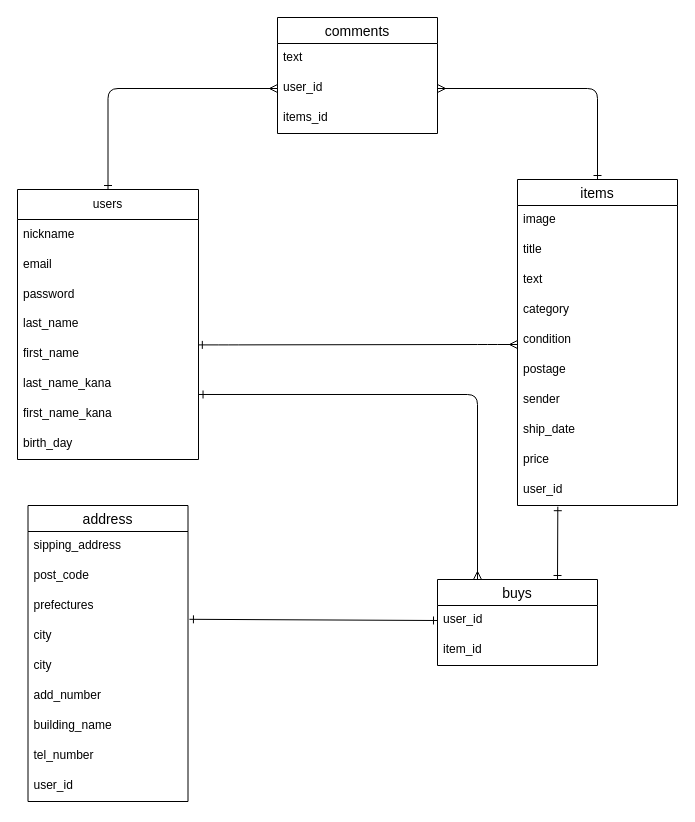
kurikinako/furima-39224 keeps this draw.io diagram as er.dio. Above is the earlier version. Source tidied: cells renumbered, new cells numbered last; positions are measured from the earlier drawing's top-left corner, leaving out a move shared by most shapes. Both pictures are drawn from the tidied source at 100%, with x=0, y=0 at pixel (17, 17).
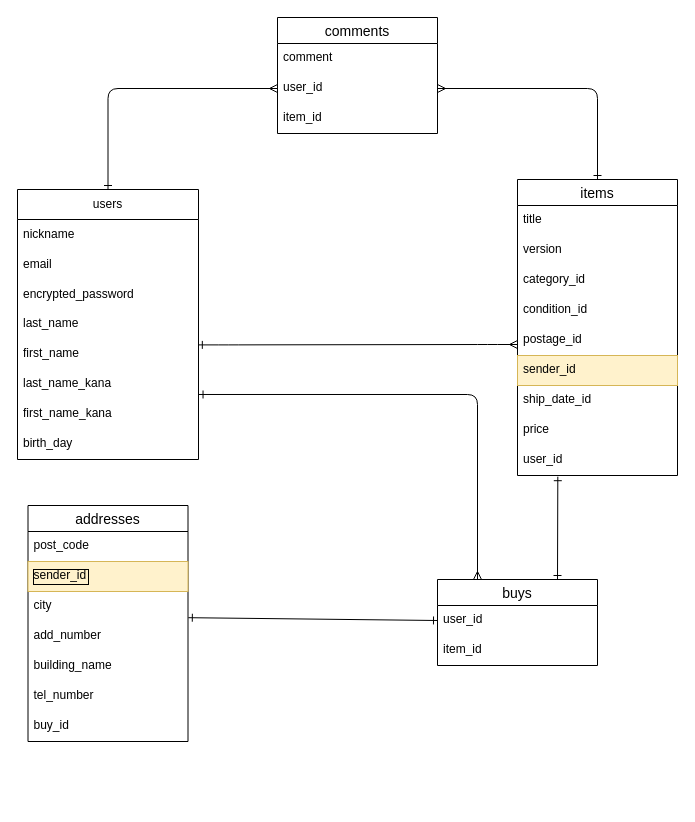
Above is the later version.

Commit message (it also covers changes not shown here):
データベース設計の修正④

The change refers to these unchanged cells:
```xml
<mxCell id="3" value="users" style="swimlane;fontStyle=0;horizontal=1;startSize=30;whiteSpace=wrap;html=1;" parent="1" vertex="1">
  <mxGeometry y="172" width="181" height="270" as="geometry" />
</mxCell>
<mxCell id="23" value="comments" style="swimlane;fontStyle=0;horizontal=1;startSize=26;align=center;fontSize=14;" parent="1" vertex="1">
  <mxGeometry x="260" width="160" height="116" as="geometry" />
</mxCell>
<mxCell id="29" value="buys" style="swimlane;fontStyle=0;horizontal=1;startSize=26;align=center;fontSize=14;" parent="1" vertex="1">
  <mxGeometry x="420" y="562" width="160" height="86" as="geometry" />
</mxCell>
```

What changed in the source:
```diff
@@
-    <mxCell id="6" value="password" style="text;strokeColor=none;fillColor=none;align=left;verticalAlign=middle;spacingLeft=4;spacingRight=4;overflow=hidden;whiteSpace=wrap;html=1;" parent="3" vertex="1">
+    <mxCell id="6" value="encrypted_password" style="text;strokeColor=none;fillColor=none;align=left;verticalAlign=middle;spacingLeft=4;spacingRight=4;overflow=hidden;whiteSpace=wrap;html=1;" parent="3" vertex="1">
       <mxGeometry y="90" width="181" height="30" as="geometry" />
     </mxCell>
@@
     <mxCell id="12" value="items" style="swimlane;fontStyle=0;horizontal=1;startSize=26;align=center;fontSize=14;" parent="1" vertex="1">
-      <mxGeometry x="500" y="162" width="160" height="326" as="geometry" />
+      <mxGeometry x="500" y="162" width="160" height="296" as="geometry" />
     </mxCell>
-    <mxCell id="13" value="image" style="text;strokeColor=none;fillColor=none;spacingLeft=4;spacingRight=4;overflow=hidden;fontSize=12;" parent="12" vertex="1">
-      <mxGeometry y="26" width="160" height="30" as="geometry" />
-    </mxCell>
     <mxCell id="14" value="title" style="text;strokeColor=none;fillColor=none;spacingLeft=4;spacingRight=4;overflow=hidden;fontSize=12;" parent="12" vertex="1">
-      <mxGeometry y="56" width="160" height="30" as="geometry" />
+      <mxGeometry y="26" width="160" height="30" as="geometry" />
     </mxCell>
-    <mxCell id="15" value="text" style="text;strokeColor=none;fillColor=none;spacingLeft=4;spacingRight=4;overflow=hidden;fontSize=12;" parent="12" vertex="1">
-      <mxGeometry y="86" width="160" height="30" as="geometry" />
+    <mxCell id="15" value="version" style="text;strokeColor=none;fillColor=none;spacingLeft=4;spacingRight=4;overflow=hidden;fontSize=12;" parent="12" vertex="1">
+      <mxGeometry y="56" width="160" height="30" as="geometry" />
     </mxCell>
-    <mxCell id="16" value="category" style="text;strokeColor=none;fillColor=none;spacingLeft=4;spacingRight=4;overflow=hidden;fontSize=12;" parent="12" vertex="1">
-      <mxGeometry y="116" width="160" height="30" as="geometry" />
+    <mxCell id="16" value="category_id" style="text;strokeColor=none;fillColor=none;spacingLeft=4;spacingRight=4;overflow=hidden;fontSize=12;" parent="12" vertex="1">
+      <mxGeometry y="86" width="160" height="30" as="geometry" />
     </mxCell>
-    <mxCell id="17" value="condition" style="text;strokeColor=none;fillColor=none;spacingLeft=4;spacingRight=4;overflow=hidden;fontSize=12;" parent="12" vertex="1">
-      <mxGeometry y="146" width="160" height="30" as="geometry" />
+    <mxCell id="17" value="condition_id" style="text;strokeColor=none;fillColor=none;spacingLeft=4;spacingRight=4;overflow=hidden;fontSize=12;" parent="12" vertex="1">
+      <mxGeometry y="116" width="160" height="30" as="geometry" />
     </mxCell>
-    <mxCell id="18" value="postage" style="text;strokeColor=none;fillColor=none;spacingLeft=4;spacingRight=4;overflow=hidden;fontSize=12;" parent="12" vertex="1">
-      <mxGeometry y="176" width="160" height="30" as="geometry" />
+    <mxCell id="18" value="postage_id" style="text;strokeColor=none;fillColor=none;spacingLeft=4;spacingRight=4;overflow=hidden;fontSize=12;" parent="12" vertex="1">
+      <mxGeometry y="146" width="160" height="30" as="geometry" />
     </mxCell>
-    <mxCell id="19" value="sender" style="text;strokeColor=none;fillColor=none;spacingLeft=4;spacingRight=4;overflow=hidden;fontSize=12;" parent="12" vertex="1">
-      <mxGeometry y="206" width="160" height="30" as="geometry" />
+    <mxCell id="19" value="sender_id" style="text;strokeColor=#d6b656;fillColor=#fff2cc;spacingLeft=4;spacingRight=4;overflow=hidden;fontSize=12;fontColor=#000000;" parent="12" vertex="1">
+      <mxGeometry y="176" width="160" height="30" as="geometry" />
     </mxCell>
-    <mxCell id="20" value="ship_date" style="text;strokeColor=none;fillColor=none;spacingLeft=4;spacingRight=4;overflow=hidden;fontSize=12;" parent="12" vertex="1">
-      <mxGeometry y="236" width="160" height="30" as="geometry" />
+    <mxCell id="20" value="ship_date_id" style="text;strokeColor=none;fillColor=none;spacingLeft=4;spacingRight=4;overflow=hidden;fontSize=12;" parent="12" vertex="1">
+      <mxGeometry y="206" width="160" height="30" as="geometry" />
     </mxCell>
     <mxCell id="21" value="price" style="text;strokeColor=none;fillColor=none;spacingLeft=4;spacingRight=4;overflow=hidden;fontSize=12;" parent="12" vertex="1">
-      <mxGeometry y="266" width="160" height="30" as="geometry" />
+      <mxGeometry y="236" width="160" height="30" as="geometry" />
     </mxCell>
-    <mxCell id="22" value="user_id" style="text;strokeColor=none;fillColor=none;spacingLeft=4;spacingRight=4;overflow=hidden;points=[[0,0.5],[1,0.5]];portConstraint=eastwest;fontSize=12;" parent="12" vertex="1">
-      <mxGeometry y="296" width="160" height="30" as="geometry" />
+    <mxCell id="22" value="user_id" style="text;spacingLeft=4;spacingRight=4;overflow=hidden;points=[[0,0.5],[1,0.5]];portConstraint=eastwest;fontSize=12;" parent="12" vertex="1">
+      <mxGeometry y="266" width="160" height="30" as="geometry" />
     </mxCell>
@@
-    <mxCell id="24" value="text" style="text;strokeColor=none;fillColor=none;spacingLeft=4;spacingRight=4;overflow=hidden;fontSize=12;" parent="23" vertex="1">
+    <mxCell id="24" value="comment" style="text;strokeColor=none;fillColor=none;spacingLeft=4;spacingRight=4;overflow=hidden;fontSize=12;" parent="23" vertex="1">
       <mxGeometry y="26" width="160" height="30" as="geometry" />
     </mxCell>
-    <mxCell id="25" value="user_id" style="text;strokeColor=none;fillColor=none;spacingLeft=4;spacingRight=4;overflow=hidden;points=[[0,0.5],[1,0.5]];portConstraint=eastwest;fontSize=12;" parent="23" vertex="1">
+    <mxCell id="25" value="user_id" style="text;spacingLeft=4;spacingRight=4;overflow=hidden;points=[[0,0.5],[1,0.5]];portConstraint=eastwest;fontSize=12;labelBackgroundColor=none;" parent="23" vertex="1">
       <mxGeometry y="56" width="160" height="30" as="geometry" />
     </mxCell>
-    <mxCell id="26" value="items_id" style="text;strokeColor=none;fillColor=none;spacingLeft=4;spacingRight=4;overflow=hidden;fontSize=12;" parent="23" vertex="1">
+    <mxCell id="26" value="item_id" style="text;strokeColor=none;fillColor=none;spacingLeft=4;spacingRight=4;overflow=hidden;fontSize=12;" parent="23" vertex="1">
       <mxGeometry y="86" width="160" height="30" as="geometry" />
     </mxCell>
@@
-    <mxCell id="30" value="user_id" style="text;strokeColor=none;fillColor=none;spacingLeft=4;spacingRight=4;overflow=hidden;points=[[0,0.5],[1,0.5]];portConstraint=eastwest;fontSize=12;" parent="29" vertex="1">
+    <mxCell id="30" value="user_id" style="text;spacingLeft=4;spacingRight=4;overflow=hidden;points=[[0,0.5],[1,0.5]];portConstraint=eastwest;fontSize=12;labelBackgroundColor=none;" parent="29" vertex="1">
       <mxGeometry y="26" width="160" height="30" as="geometry" />
     </mxCell>
@@
-    <mxCell id="32" value="address" style="swimlane;fontStyle=0;horizontal=1;startSize=26;align=center;fontSize=14;" parent="1" vertex="1">
-      <mxGeometry x="10.5" y="488" width="160" height="296" as="geometry" />
+    <mxCell id="32" value="addresses" style="swimlane;fontStyle=0;horizontal=1;startSize=26;align=center;fontSize=14;" parent="1" vertex="1">
+      <mxGeometry x="10.5" y="488" width="160" height="236" as="geometry" />
     </mxCell>
-    <mxCell id="33" value="sipping_address" style="text;strokeColor=none;fillColor=none;spacingLeft=4;spacingRight=4;overflow=hidden;fontSize=12;" parent="32" vertex="1">
-      <mxGeometry y="26" width="160" height="30" as="geometry" />
-    </mxCell>
     <mxCell id="34" value="post_code" style="text;strokeColor=none;fillColor=none;spacingLeft=4;spacingRight=4;overflow=hidden;fontSize=12;" parent="32" vertex="1">
-      <mxGeometry y="56" width="160" height="30" as="geometry" />
+      <mxGeometry y="26" width="160" height="30" as="geometry" />
     </mxCell>
-    <mxCell id="35" value="prefectures" style="text;strokeColor=none;fillColor=none;spacingLeft=4;spacingRight=4;overflow=hidden;points=[[0,0.5],[1,0.5]];portConstraint=eastwest;fontSize=12;" parent="32" vertex="1">
-      <mxGeometry y="86" width="160" height="30" as="geometry" />
+    <mxCell id="35" value="sender_id" style="text;strokeColor=#d6b656;fillColor=#fff2cc;spacingLeft=4;spacingRight=4;overflow=hidden;points=[[0,0.5],[1,0.5]];portConstraint=eastwest;fontSize=12;labelBorderColor=default;fontColor=#000000;" parent="32" vertex="1">
+      <mxGeometry y="56" width="160" height="30" as="geometry" />
     </mxCell>
     <mxCell id="36" value="city" style="text;strokeColor=none;fillColor=none;spacingLeft=4;spacingRight=4;overflow=hidden;points=[[0,0.5],[1,0.5]];portConstraint=eastwest;fontSize=12;" parent="32" vertex="1">
-      <mxGeometry y="116" width="160" height="30" as="geometry" />
+      <mxGeometry y="86" width="160" height="30" as="geometry" />
     </mxCell>
-    <mxCell id="37" value="city" style="text;strokeColor=none;fillColor=none;spacingLeft=4;spacingRight=4;overflow=hidden;fontSize=12;" parent="32" vertex="1">
-      <mxGeometry y="146" width="160" height="30" as="geometry" />
-    </mxCell>
     <mxCell id="38" value="add_number" style="text;strokeColor=none;fillColor=none;spacingLeft=4;spacingRight=4;overflow=hidden;fontSize=12;" parent="32" vertex="1">
-      <mxGeometry y="176" width="160" height="30" as="geometry" />
+      <mxGeometry y="116" width="160" height="30" as="geometry" />
     </mxCell>
     <mxCell id="39" value="building_name" style="text;strokeColor=none;fillColor=none;spacingLeft=4;spacingRight=4;overflow=hidden;fontSize=12;" parent="32" vertex="1">
-      <mxGeometry y="206" width="160" height="30" as="geometry" />
+      <mxGeometry y="146" width="160" height="30" as="geometry" />
     </mxCell>
     <mxCell id="40" value="tel_number" style="text;strokeColor=none;fillColor=none;spacingLeft=4;spacingRight=4;overflow=hidden;fontSize=12;" parent="32" vertex="1">
-      <mxGeometry y="236" width="160" height="30" as="geometry" />
+      <mxGeometry y="176" width="160" height="30" as="geometry" />
     </mxCell>
-    <mxCell id="41" value="user_id" style="text;strokeColor=none;fillColor=none;spacingLeft=4;spacingRight=4;overflow=hidden;fontSize=12;" parent="32" vertex="1">
-      <mxGeometry y="266" width="160" height="30" as="geometry" />
+    <mxCell id="41" value="buy_id" style="text;strokeColor=none;fillColor=none;spacingLeft=4;spacingRight=4;overflow=hidden;fontSize=12;" parent="32" vertex="1">
+      <mxGeometry y="206" width="160" height="30" as="geometry" />
     </mxCell>
@@
-    <mxCell id="44" style="html=1;exitX=0;exitY=0.5;exitDx=0;exitDy=0;entryX=1.009;entryY=0.927;entryDx=0;entryDy=0;startArrow=ERone;startFill=0;endArrow=ERone;endFill=0;elbow=vertical;entryPerimeter=0;" parent="1" edge="1" source="30" target="35">
+    <mxCell id="44" style="html=1;exitX=0;exitY=0.5;exitDx=0;exitDy=0;entryX=1.002;entryY=0.873;entryDx=0;entryDy=0;startArrow=ERone;startFill=0;endArrow=ERone;endFill=0;elbow=vertical;entryPerimeter=0;" parent="1" edge="1" source="30" target="36">
       <mxGeometry relative="1" as="geometry" />
     </mxCell>
```
